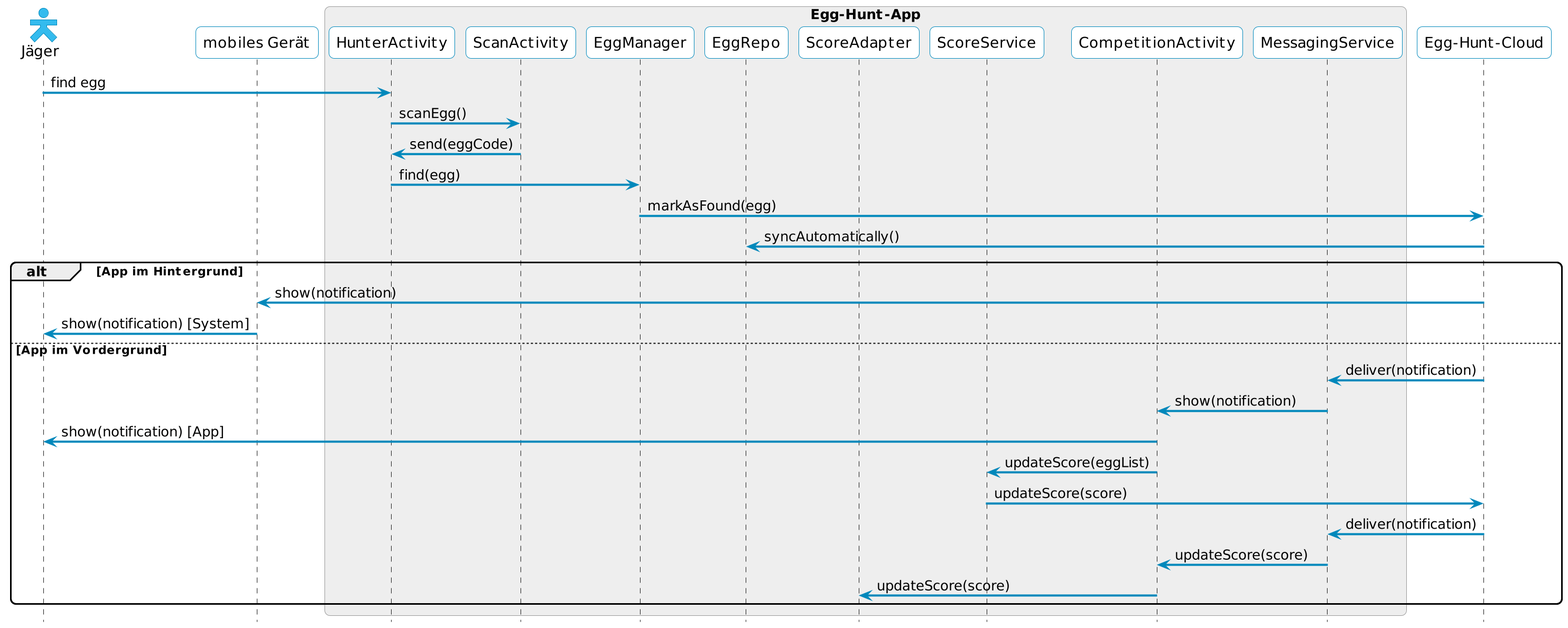
This is doc/sequences/findEgg2.png from rinverardi/app-egghunt, a PlantUML export, as it was before one commit.
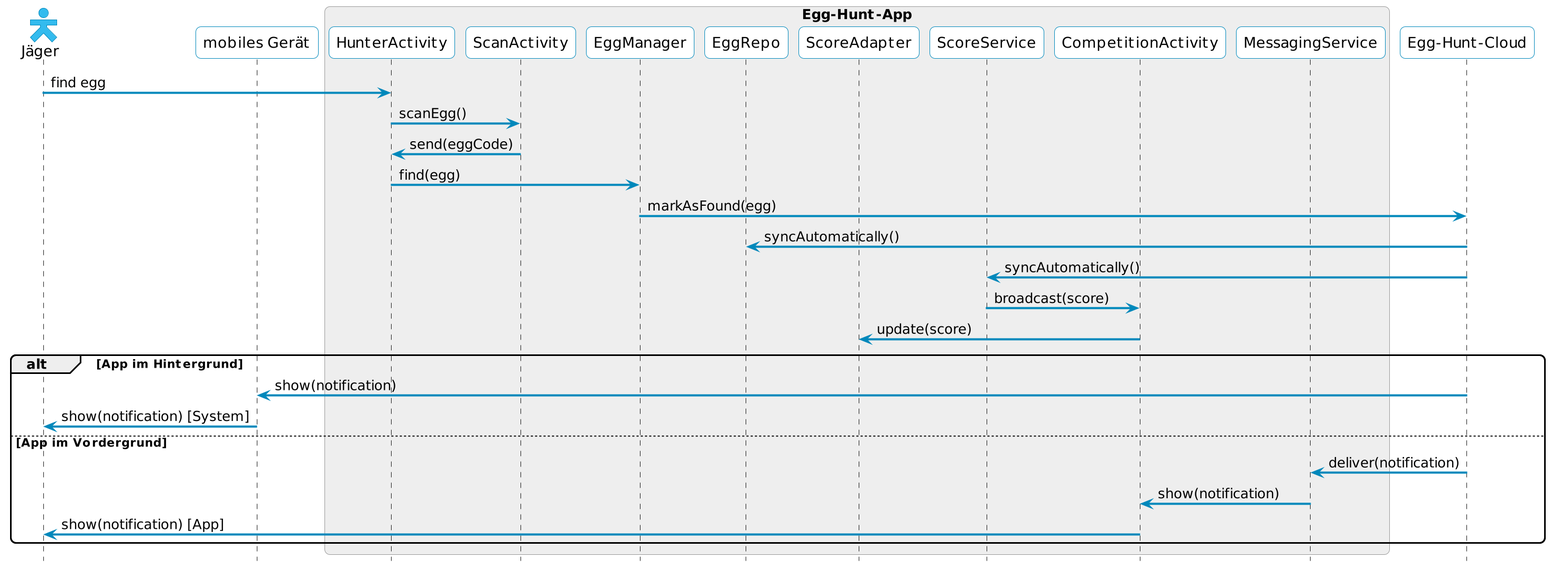
After the change.

Commit message:
update sequence diagram to find an egg (including score update)

Diff of the diagram source:
```diff
@@ -31,7 +31,6 @@
 
 skinparam actorStyle hollow
 skinparam roundcorner 10
-
 actor "Jäger" as hunter
 participant "mobiles Gerät" as mobileDevice
 
@@ -54,6 +53,9 @@
 hunterActivity -> eggManager: find(egg)
 eggManager-> cloud: markAsFound(egg)
 cloud -> eggRepo: syncAutomatically()
+cloud -> scoreService: syncAutomatically()
+scoreService -> competitionActivity: broadcast(score)
+competitionActivity -> scoreAdapter: update(score)
 
 alt App im Hintergrund
   cloud -> mobileDevice: show(notification)
@@ -62,10 +64,5 @@
   cloud -> messagingService: deliver(notification)
   messagingService -> competitionActivity: show(notification)
   competitionActivity -> hunter: show(notification) [App]
-  competitionActivity -> scoreService: updateScore(eggList)
-  scoreService -> cloud: updateScore(score)
-  cloud -> messagingService: deliver(notification)
-  messagingService -> competitionActivity: updateScore(score)
-  competitionActivity -> scoreAdapter: updateScore(score)
 end
 @enduml
```
